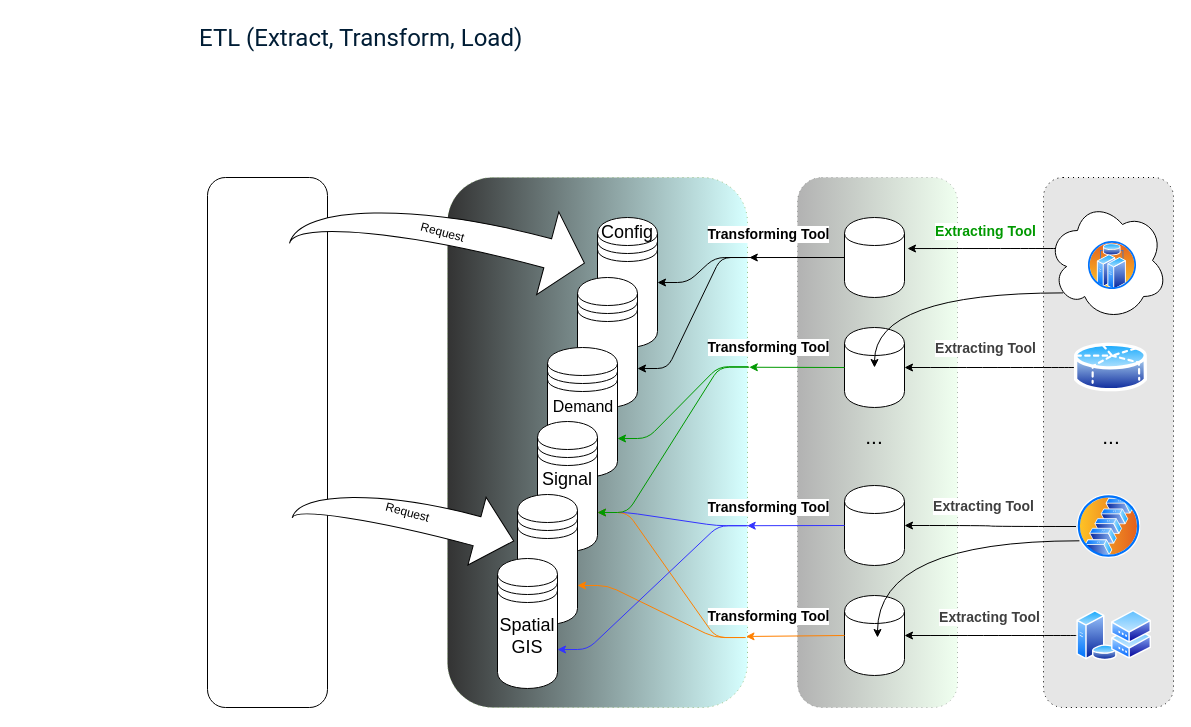
Above: database_design/framework.drawio in ORNL-Real-Sim/Real-Twin (draw.io), before the change. Source tidied: cells renumbered, new cells numbered last; positions are measured from the earlier drawing's top-left corner, leaving out a move shared by most shapes. Both pictures are drawn from the tidied source at 100%, with x=0, y=0 at pixel (197, 17).
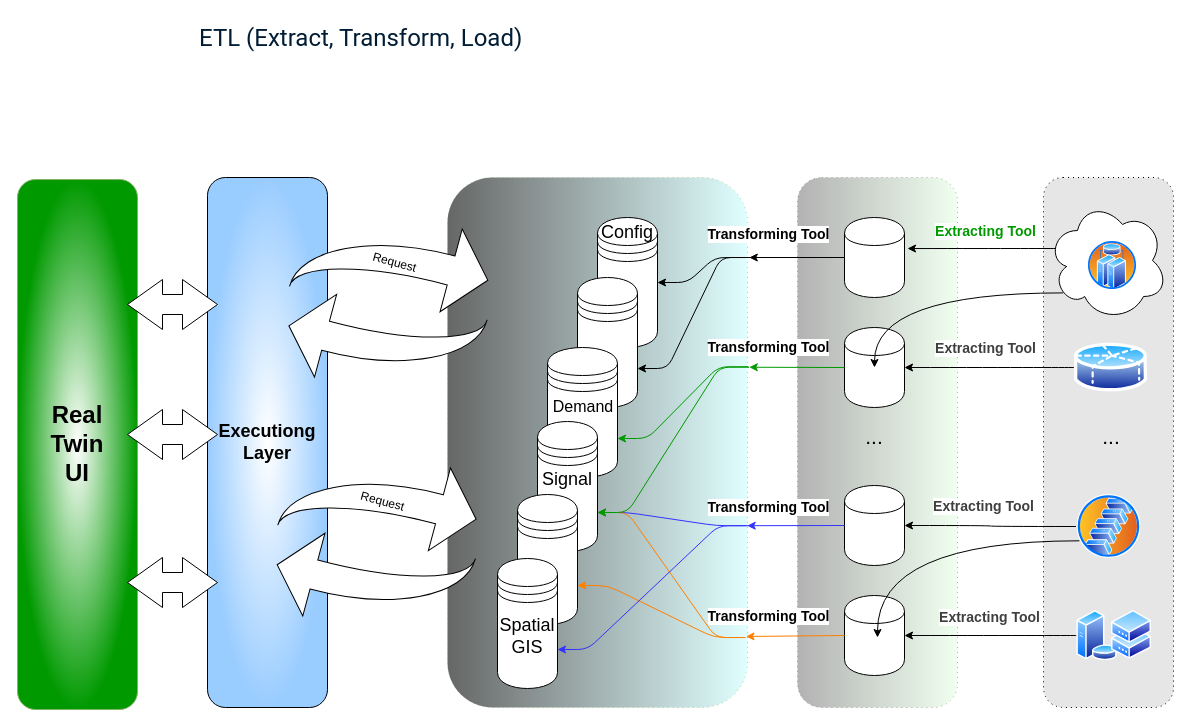
The same diagram, later.

Commit message (it also covers changes not shown here):
edit framework (overall)

Diff of the diagram source:
```diff
@@
-<mxGraphModel>
+<mxGraphModel background="#FFFFFF">
@@
+    <mxCell id="58" value="&lt;font style=&quot;font-size: 18px;&quot;&gt;&lt;b&gt;Executiong&lt;/b&gt;&lt;/font&gt;&lt;div&gt;&lt;font style=&quot;font-size: 18px;&quot;&gt;&lt;b&gt;Layer&lt;/b&gt;&lt;/font&gt;&lt;/div&gt;" style="rounded=1;whiteSpace=wrap;html=1;gradientColor=#99CCFF;gradientDirection=radial;" parent="1" vertex="1">
+      <mxGeometry x="10" y="160" width="120" height="530" as="geometry" />
+    </mxCell>
+    <mxCell id="59" value="&lt;b&gt;&lt;font style=&quot;font-size: 24px;&quot;&gt;Real&lt;/font&gt;&lt;/b&gt;&lt;div&gt;&lt;b&gt;&lt;font style=&quot;font-size: 24px;&quot;&gt;Twin&lt;/font&gt;&lt;/b&gt;&lt;/div&gt;&lt;div&gt;&lt;span style=&quot;font-size: 24px;&quot;&gt;&lt;b&gt;UI&lt;/b&gt;&lt;/span&gt;&lt;/div&gt;" style="rounded=1;whiteSpace=wrap;html=1;gradientDirection=radial;fillColor=default;strokeColor=#82b366;gradientColor=#009900;" parent="1" vertex="1">
+      <mxGeometry x="-180" y="162" width="120" height="530" as="geometry" />
+    </mxCell>
+    <mxCell id="60" style="html=1;shadow=0;dashed=0;align=center;verticalAlign=middle;shape=mxgraph.arrows2.twoWayArrow;dy=0.6;dx=35;" parent="1" vertex="1">
+      <mxGeometry x="-70" y="262" width="90" height="50" as="geometry" />
+    </mxCell>
+    <mxCell id="61" style="html=1;shadow=0;dashed=0;align=center;verticalAlign=middle;shape=mxgraph.arrows2.twoWayArrow;dy=0.6;dx=35;" parent="1" vertex="1">
+      <mxGeometry x="-70" y="392" width="90" height="50" as="geometry" />
+    </mxCell>
+    <mxCell id="62" style="html=1;shadow=0;dashed=0;align=center;verticalAlign=middle;shape=mxgraph.arrows2.twoWayArrow;dy=0.6;dx=35;" parent="1" vertex="1">
+      <mxGeometry x="-70" y="540" width="90" height="50" as="geometry" />
+    </mxCell>
-    <mxCell id="2" style="rounded=1;whiteSpace=wrap;html=1;dashed=1;dashPattern=1 4;fillColor=#CCFFFF;strokeColor=#82b366;gradientColor=default;gradientDirection=west;opacity=80;" parent="1" vertex="1">
+    <mxCell id="2" style="rounded=1;whiteSpace=wrap;html=1;dashed=1;dashPattern=1 4;fillColor=#CCFFFF;strokeColor=#82b366;gradientColor=default;gradientDirection=west;opacity=60;" parent="1" vertex="1">
       <mxGeometry x="250" y="160" width="300" height="530" as="geometry" />
     </mxCell>
@@
-    <mxCell id="10" style="rounded=1;whiteSpace=wrap;html=1;" parent="1" vertex="1">
-      <mxGeometry x="10" y="160" width="120" height="530" as="geometry" />
-    </mxCell>
@@
+    <mxCell id="57" value="Request" style="html=1;shadow=0;dashed=0;align=center;verticalAlign=middle;shape=mxgraph.arrows2.jumpInArrow;dy=15;dx=38;arrowHead=85.64;rotation=15;" parent="1" vertex="1">
+      <mxGeometry x="101.7" y="195.1" width="190" height="100" as="geometry" />
+    </mxCell>
+    <mxCell id="63" style="html=1;shadow=0;dashed=0;align=center;verticalAlign=middle;shape=mxgraph.arrows2.jumpInArrow;dy=15;dx=38;arrowHead=85.64;rotation=-165;" parent="1" vertex="1">
+      <mxGeometry x="90" y="276" width="190" height="100" as="geometry" />
+    </mxCell>
     <mxCell id="56" value="Request" style="html=1;shadow=0;dashed=0;align=center;verticalAlign=middle;shape=mxgraph.arrows2.jumpInArrow;dy=15;dx=38;arrowHead=85.64;rotation=15;" parent="1" vertex="1">
-      <mxGeometry x="100" y="165" width="290" height="100" as="geometry" />
+      <mxGeometry x="90" y="434" width="190" height="100" as="geometry" />
     </mxCell>
-    <mxCell id="57" value="Request" style="html=1;shadow=0;dashed=0;align=center;verticalAlign=middle;shape=mxgraph.arrows2.jumpInArrow;dy=15;dx=38;arrowHead=85.64;rotation=15;" parent="1" vertex="1">
-      <mxGeometry x="100" y="460" width="220" height="70" as="geometry" />
-    </mxCell>
+    <mxCell id="64" style="html=1;shadow=0;dashed=0;align=center;verticalAlign=middle;shape=mxgraph.arrows2.jumpInArrow;dy=15;dx=38;arrowHead=85.64;rotation=-165;" parent="1" vertex="1">
+      <mxGeometry x="78.3" y="514.9" width="190" height="100" as="geometry" />
+    </mxCell>
```
